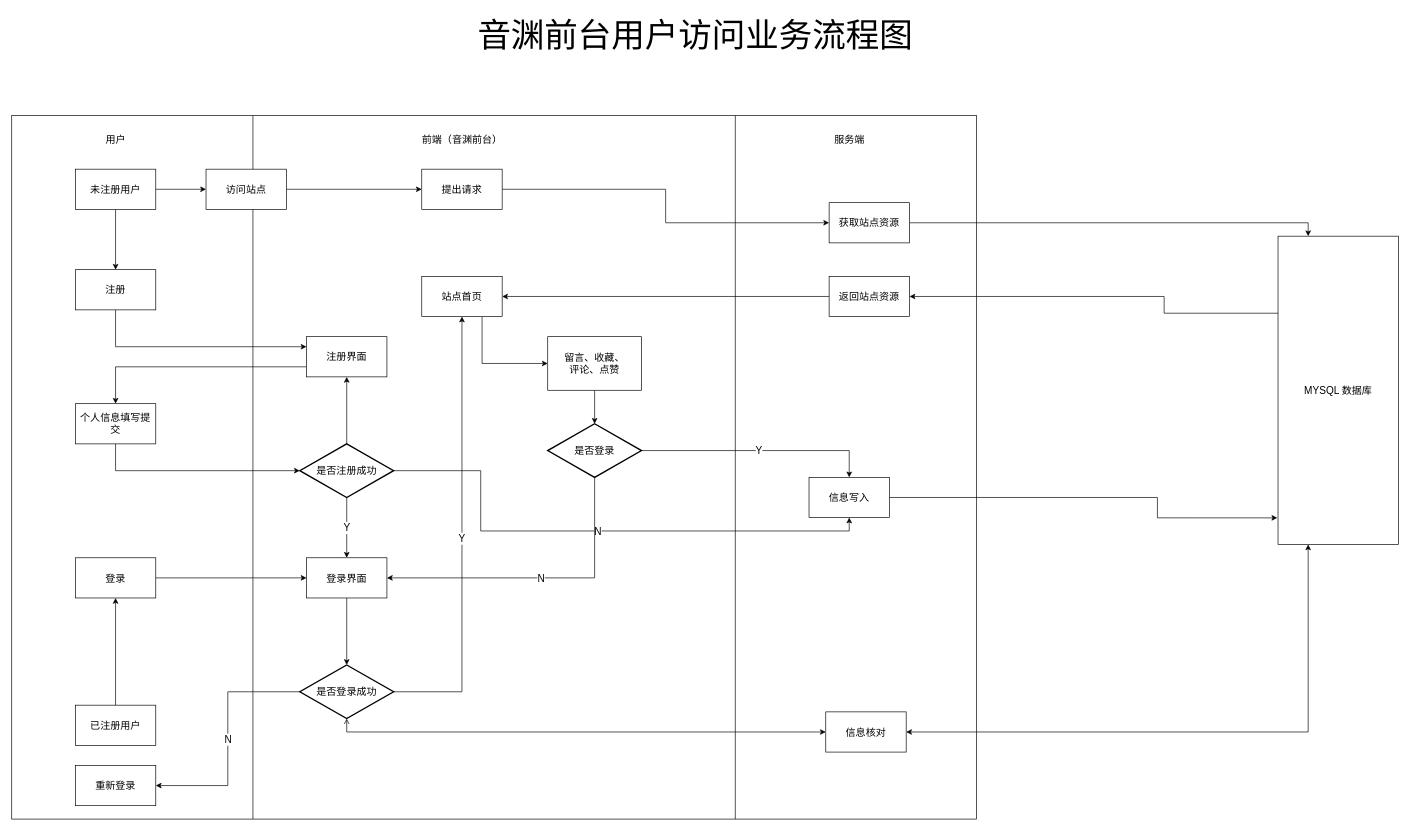
Earlier version of the draw.io diagram music-server/sql/sql/音渊前台用户访问业务流程图.drawio (etherealxh/YY-Music-General). Source tidied: cells renumbered, new cells numbered last; positions are measured from the earlier drawing's top-left corner, leaving out a move shared by most shapes. Both pictures are drawn from the tidied source at 67%, with x=0, y=0 at pixel (11, 11).
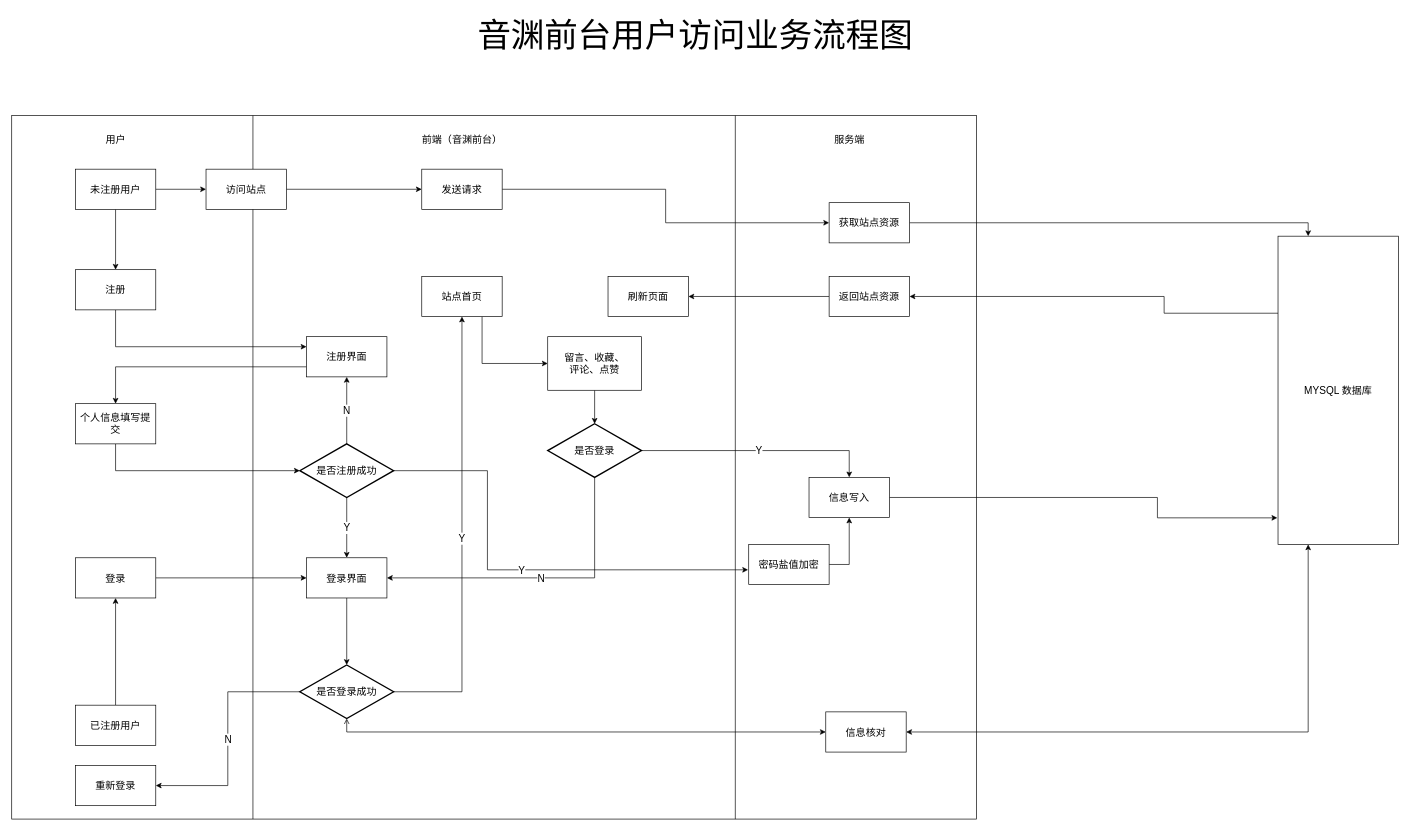
After the change.

Commit message:
更新音渊前台用户访问业务流程图.drawio

Unchanged cells that the change refers to:
```xml
<mxCell id="24" value="返回站点资源" style="rounded=0;whiteSpace=wrap;html=1;fontSize=15;" parent="1" vertex="1">
  <mxGeometry x="1220" y="395" width="120" height="60" as="geometry" />
</mxCell>
<mxCell id="26" value="站点首页" style="rounded=0;whiteSpace=wrap;html=1;fontSize=15;" parent="1" vertex="1">
  <mxGeometry x="612" y="395" width="120" height="60" as="geometry" />
</mxCell>
<mxCell id="28" value="注册界面" style="rounded=0;whiteSpace=wrap;html=1;fontSize=15;" parent="1" vertex="1">
  <mxGeometry x="440" y="485" width="120" height="60" as="geometry" />
</mxCell>
<mxCell id="34" value="是否注册成功" style="strokeWidth=2;html=1;shape=mxgraph.flowchart.decision;whiteSpace=wrap;fontSize=15;" parent="1" vertex="1">
  <mxGeometry x="430" y="645" width="140" height="80" as="geometry" />
</mxCell>
<mxCell id="47" value="信息写入" style="rounded=0;whiteSpace=wrap;html=1;fontSize=15;" parent="1" vertex="1">
  <mxGeometry x="1190" y="695" width="120" height="60" as="geometry" />
</mxCell>
```

The edit, as a diff of the source:
```diff
@@
-    <mxCell id="18" value="提出请求" style="rounded=0;whiteSpace=wrap;html=1;fontSize=15;" parent="1" vertex="1">
+    <mxCell id="18" value="发送请求" style="rounded=0;whiteSpace=wrap;html=1;fontSize=15;" parent="1" vertex="1">
       <mxGeometry x="612" y="235" width="120" height="60" as="geometry" />
     </mxCell>
@@
-    <mxCell id="23" style="edgeStyle=orthogonalEdgeStyle;rounded=0;jettySize=auto;html=1;exitX=0;exitY=0.5;exitDx=0;exitDy=0;entryX=1;entryY=0.5;entryDx=0;entryDy=0;fontSize=15;" parent="1" edge="1" source="24" target="26">
-      <mxGeometry relative="1" as="geometry" />
-    </mxCell>
+    <mxCell id="54" style="edgeStyle=orthogonalEdgeStyle;rounded=0;jettySize=auto;html=1;exitX=0;exitY=0.5;exitDx=0;exitDy=0;fontFamily=Helvetica;fontSize=15;startArrow=none;startFill=0;" parent="1" edge="1" source="24" target="56">
+      <mxGeometry relative="1" as="geometry" />
+    </mxCell>
@@
-    <mxCell id="31" style="edgeStyle=orthogonalEdgeStyle;rounded=0;jettySize=auto;html=1;exitX=0.5;exitY=0;exitDx=0;exitDy=0;exitPerimeter=0;entryX=0.5;entryY=1;entryDx=0;entryDy=0;fontSize=15;" parent="1" edge="1" source="34" target="28">
+    <mxCell id="31" value="N" style="edgeStyle=orthogonalEdgeStyle;rounded=0;jettySize=auto;html=1;exitX=0.5;exitY=0;exitDx=0;exitDy=0;exitPerimeter=0;entryX=0.5;entryY=1;entryDx=0;entryDy=0;fontSize=15;" parent="1" edge="1" source="34" target="28">
       <mxGeometry relative="1" as="geometry" />
     </mxCell>
@@
-    <mxCell id="33" value="N" style="edgeStyle=orthogonalEdgeStyle;rounded=0;jettySize=auto;html=1;exitX=1;exitY=0.5;exitDx=0;exitDy=0;exitPerimeter=0;entryX=0.5;entryY=1;entryDx=0;entryDy=0;fontSize=15;startArrow=none;startFill=0;" parent="1" edge="1" source="34" target="47">
-      <mxGeometry relative="1" as="geometry">
-        <Array as="points">
-          <mxPoint x="700" y="685" />
-          <mxPoint x="700" y="775" />
-          <mxPoint x="1250" y="775" />
-        </Array>
-      </mxGeometry>
-    </mxCell>
+    <mxCell id="55" value="Y" style="edgeStyle=orthogonalEdgeStyle;rounded=0;jettySize=auto;html=1;exitX=1;exitY=0.5;exitDx=0;exitDy=0;exitPerimeter=0;entryX=-0.008;entryY=0.633;entryDx=0;entryDy=0;entryPerimeter=0;fontFamily=Helvetica;fontSize=15;startArrow=none;startFill=0;" parent="1" edge="1" source="34" target="58">
+      <mxGeometry relative="1" as="geometry">
+        <Array as="points">
+          <mxPoint x="710" y="685" />
+          <mxPoint x="710" y="833" />
+        </Array>
+      </mxGeometry>
+    </mxCell>
@@
+    <mxCell id="56" value="刷新页面" style="rounded=0;whiteSpace=wrap;html=1;fontFamily=Helvetica;fontSize=15;" parent="1" vertex="1">
+      <mxGeometry x="890" y="395" width="120" height="60" as="geometry" />
+    </mxCell>
+    <mxCell id="57" style="edgeStyle=orthogonalEdgeStyle;rounded=0;jettySize=auto;html=1;exitX=1;exitY=0.5;exitDx=0;exitDy=0;entryX=0.5;entryY=1;entryDx=0;entryDy=0;fontFamily=Helvetica;fontSize=15;startArrow=none;startFill=0;" parent="1" edge="1" source="58" target="47">
+      <mxGeometry relative="1" as="geometry" />
+    </mxCell>
+    <mxCell id="58" value="密码盐值加密" style="rounded=0;whiteSpace=wrap;html=1;fontFamily=Helvetica;fontSize=15;" parent="1" vertex="1">
+      <mxGeometry x="1100" y="795" width="120" height="60" as="geometry" />
+    </mxCell>
```
